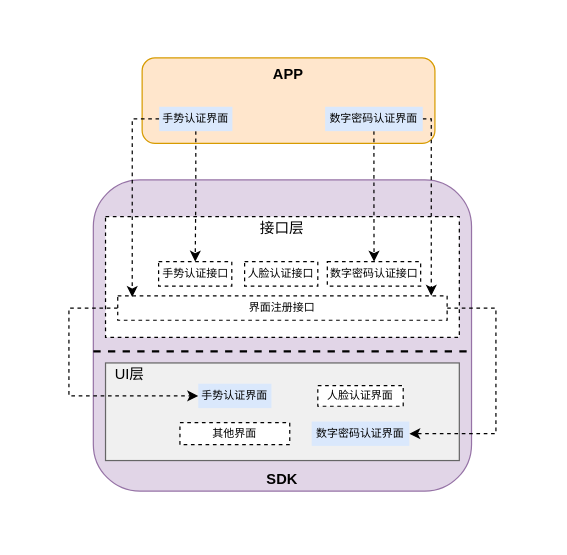
Earlier version of the draw.io diagram UIKit自定义_继承.drawio (mobof/Koal). Source tidied: cells renumbered, new cells numbered last; positions are measured from the earlier drawing's top-left corner, leaving out a move shared by most shapes. Both pictures are drawn from the tidied source at 122%, with x=0, y=0 at pixel (68, 57).
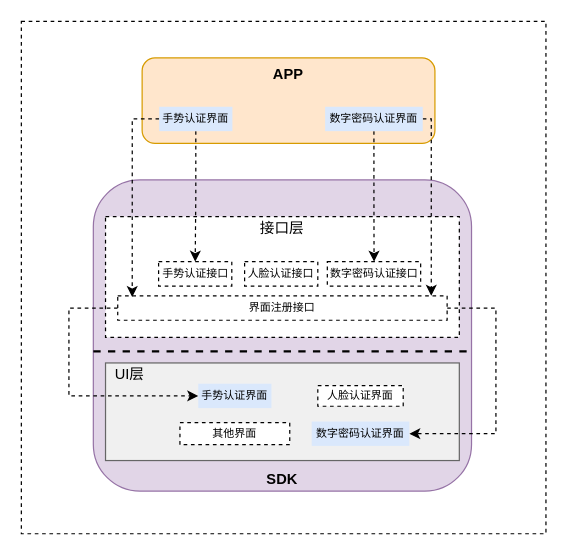
The same diagram, later.

Commit message (it also covers changes not shown here):
Update UIKit自定义_接口.drawio

Diff of the diagram source:
```diff
@@
+    <mxCell id="25" style="rounded=0;whiteSpace=wrap;html=1;strokeColor=#000000;fontSize=9;fillColor=none;dashed=1;" parent="1" vertex="1">
+      <mxGeometry x="-39" y="-30" width="430" height="420" as="geometry" />
+    </mxCell>
```
